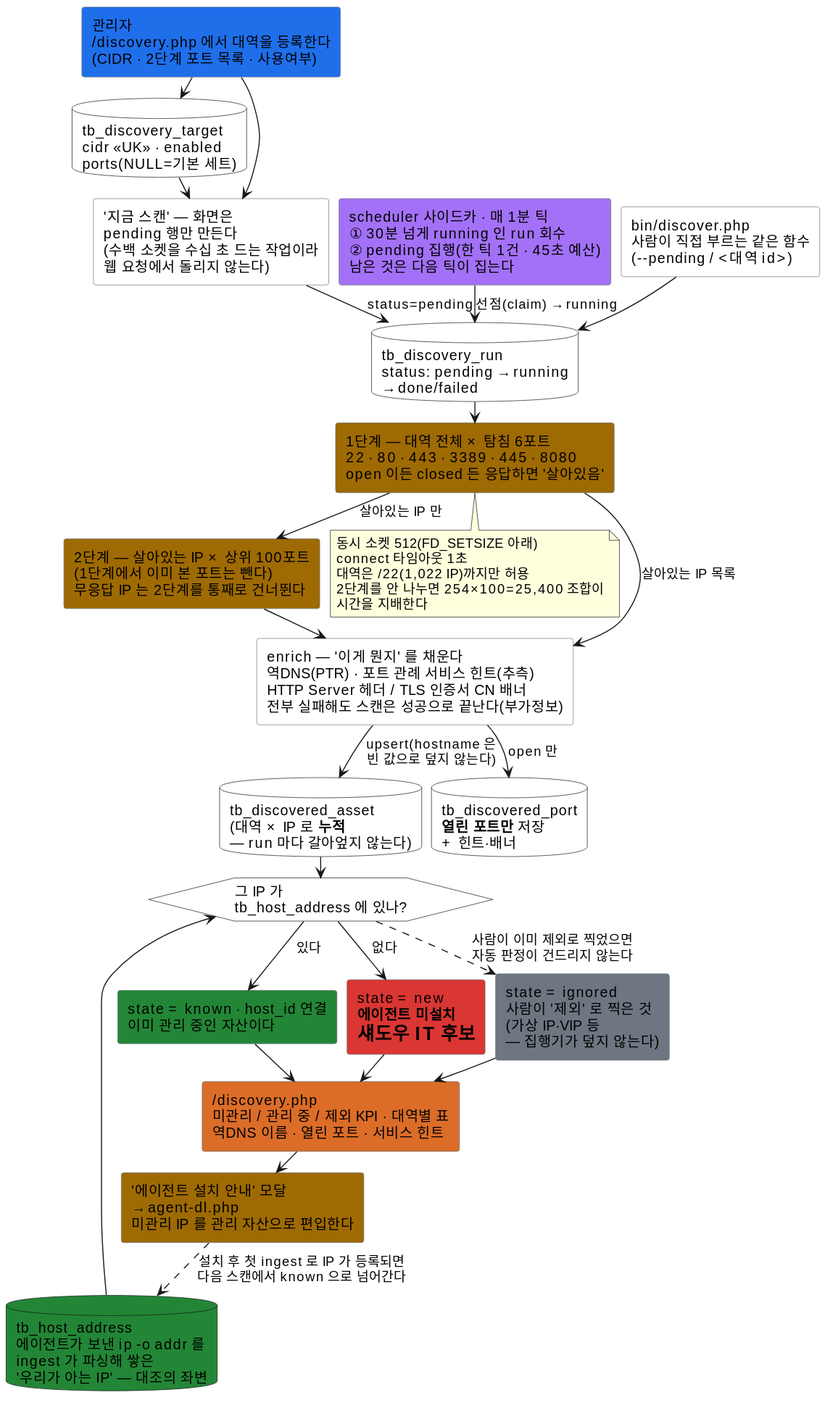
Before: docs/specs/diagrams/자산탐색.svg, a diagram exported from PlantUML (JeongDoWook/vuln-agent).
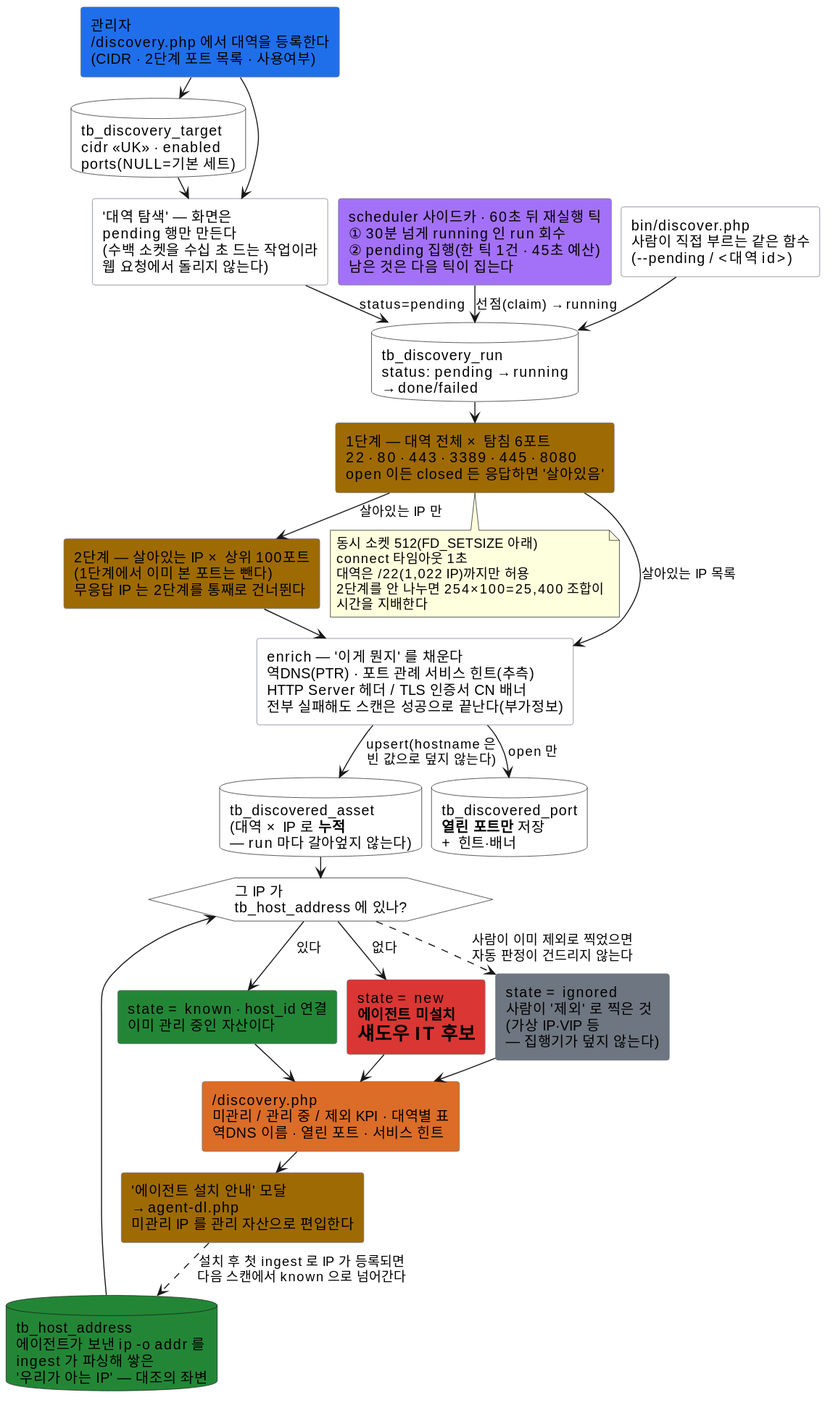
Above is the later version.

Diff of the diagram source:
```diff
@@ -14,10 +14,10 @@
 rectangle "관리자\n/discovery.php 에서 대역을 등록한다\n(CIDR · 2단계 포트 목록 · 사용여부)" as ADMIN #1f6feb
 database "tb_discovery_target\ncidr <<UK>> · enabled\nports(NULL=기본 세트)" as TGT
 
-rectangle "'지금 스캔' — 화면은\npending 행만 만든다\n(수백 소켓을 수십 초 드는 작업이라\n웹 요청에서 돌리지 않는다)" as ENQ
+rectangle "'대역 탐색' — 화면은\npending 행만 만든다\n(수백 소켓을 수십 초 드는 작업이라\n웹 요청에서 돌리지 않는다)" as ENQ
 database "tb_discovery_run\nstatus: pending → running\n→ done/failed" as RUN
 
-rectangle "scheduler 사이드카 · 매 1분 틱\n① 30분 넘게 running 인 run 회수\n② pending 집행(한 틱 1건 · 45초 예산)\n남은 것은 다음 틱이 집는다" as TICK #a371f7
+rectangle "scheduler 사이드카 · 60초 뒤 재실행 틱\n① 30분 넘게 running 인 run 회수\n② pending 집행(한 틱 1건 · 45초 예산)\n남은 것은 다음 틱이 집는다" as TICK #a371f7
 rectangle "bin/discover.php\n사람이 직접 부르는 같은 함수\n(--pending / <대역 id>)" as CLI
 
 rectangle "1단계 — 대역 전체 × 탐침 6포트\n22 · 80 · 443 · 3389 · 445 · 8080\nopen 이든 closed 든 응답하면 '살아있음'" as ST1 #9e6a03
```
